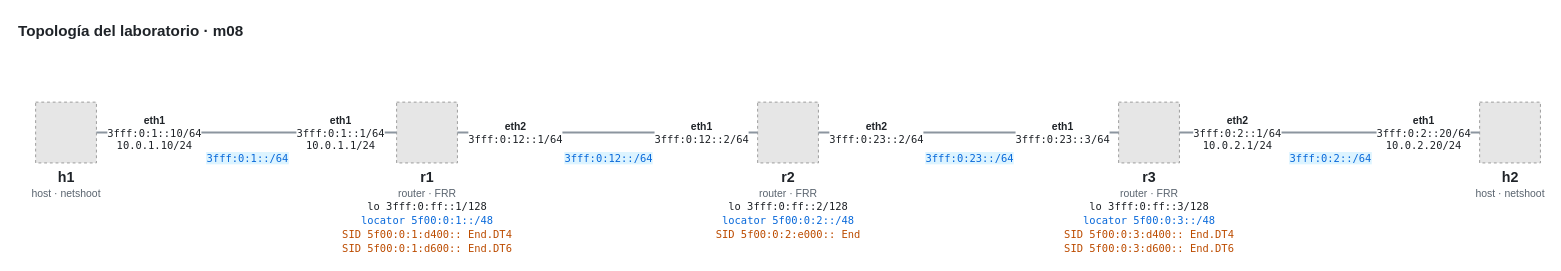
Earlier version of the draw.io diagram 08-network-programming/lab/topologia.drawio (vitokosk8/aprendiendo-srv6). Source tidied: cells renumbered, new cells numbered last; positions are measured from the earlier drawing's top-left corner, leaving out a move shared by most shapes. Both pictures are drawn from the tidied source at 95%, with x=0, y=0 at pixel (16, 16). Pictures stored in the file or linked from it are replaced by grey dashed boxes.
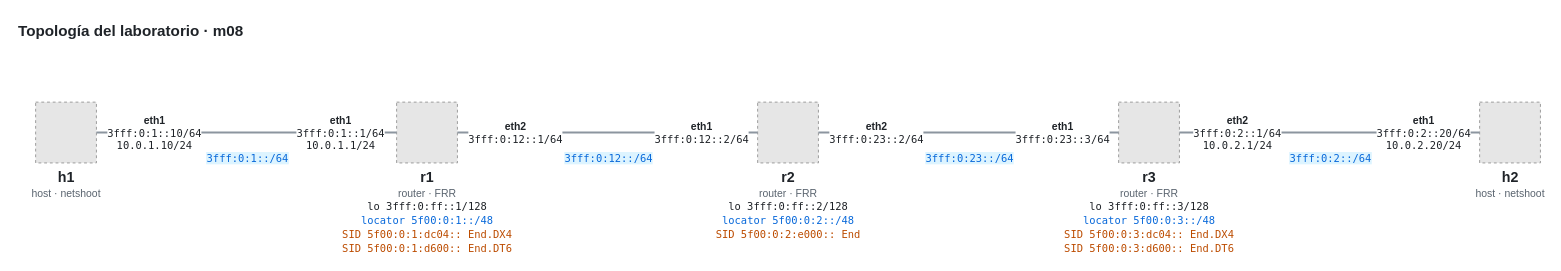
The same page after the edit.

What changed in the source:
```diff
@@
-    <mxCell id="4" value="&lt;b style=&quot;font-size:15px&quot;&gt;r1&lt;/b&gt;&lt;br&gt;&lt;span style=&quot;color:#59636e;font-size:11px&quot;&gt;router · FRR&lt;/span&gt;&lt;br&gt;&lt;span style=&quot;font-family:Menlo,Consolas,monospace;font-size:11px&quot;&gt;lo 3fff:0:ff::1/128&lt;/span&gt;&lt;br&gt;&lt;span style=&quot;font-family:Menlo,Consolas,monospace;font-size:11px;color:#0969da&quot;&gt;locator 5f00:0:1::/48&lt;/span&gt;&lt;br&gt;&lt;span style=&quot;font-family:Menlo,Consolas,monospace;font-size:11px;color:#bc4c00&quot;&gt;SID 5f00:0:1:d400:: End.DT4&lt;/span&gt;&lt;br&gt;&lt;span style=&quot;font-family:Menlo,Consolas,monospace;font-size:11px;color:#bc4c00&quot;&gt;SID 5f00:0:1:d600:: End.DT6&lt;/span&gt;" style="fillColor=#E6E6E6;strokeColor=#999999;dashed=1;html=1;verticalLabelPosition=bottom;verticalAlign=top;labelBackgroundColor=none;fontFamily=Helvetica;fontColor=#1f2328;" parent="1" vertex="1">
+    <mxCell id="4" value="&lt;b style=&quot;font-size:15px&quot;&gt;r1&lt;/b&gt;&lt;br&gt;&lt;span style=&quot;color:#59636e;font-size:11px&quot;&gt;router · FRR&lt;/span&gt;&lt;br&gt;&lt;span style=&quot;font-family:Menlo,Consolas,monospace;font-size:11px&quot;&gt;lo 3fff:0:ff::1/128&lt;/span&gt;&lt;br&gt;&lt;span style=&quot;font-family:Menlo,Consolas,monospace;font-size:11px;color:#0969da&quot;&gt;locator 5f00:0:1::/48&lt;/span&gt;&lt;br&gt;&lt;span style=&quot;font-family:Menlo,Consolas,monospace;font-size:11px;color:#bc4c00&quot;&gt;SID 5f00:0:1:dc04:: End.DX4&lt;/span&gt;&lt;br&gt;&lt;span style=&quot;font-family:Menlo,Consolas,monospace;font-size:11px;color:#bc4c00&quot;&gt;SID 5f00:0:1:d600:: End.DT6&lt;/span&gt;" style="fillColor=#E6E6E6;strokeColor=#999999;dashed=1;html=1;verticalLabelPosition=bottom;verticalAlign=top;labelBackgroundColor=none;fontFamily=Helvetica;fontColor=#1f2328;" parent="1" vertex="1">
       <mxGeometry x="400" y="90" width="64" height="64" as="geometry" />
     </mxCell>
@@
-    <mxCell id="6" value="&lt;b style=&quot;font-size:15px&quot;&gt;r3&lt;/b&gt;&lt;br&gt;&lt;span style=&quot;color:#59636e;font-size:11px&quot;&gt;router · FRR&lt;/span&gt;&lt;br&gt;&lt;span style=&quot;font-family:Menlo,Consolas,monospace;font-size:11px&quot;&gt;lo 3fff:0:ff::3/128&lt;/span&gt;&lt;br&gt;&lt;span style=&quot;font-family:Menlo,Consolas,monospace;font-size:11px;color:#0969da&quot;&gt;locator 5f00:0:3::/48&lt;/span&gt;&lt;br&gt;&lt;span style=&quot;font-family:Menlo,Consolas,monospace;font-size:11px;color:#bc4c00&quot;&gt;SID 5f00:0:3:d400:: End.DT4&lt;/span&gt;&lt;br&gt;&lt;span style=&quot;font-family:Menlo,Consolas,monospace;font-size:11px;color:#bc4c00&quot;&gt;SID 5f00:0:3:d600:: End.DT6&lt;/span&gt;" style="fillColor=#E6E6E6;strokeColor=#999999;dashed=1;html=1;verticalLabelPosition=bottom;verticalAlign=top;labelBackgroundColor=none;fontFamily=Helvetica;fontColor=#1f2328;" parent="1" vertex="1">
+    <mxCell id="6" value="&lt;b style=&quot;font-size:15px&quot;&gt;r3&lt;/b&gt;&lt;br&gt;&lt;span style=&quot;color:#59636e;font-size:11px&quot;&gt;router · FRR&lt;/span&gt;&lt;br&gt;&lt;span style=&quot;font-family:Menlo,Consolas,monospace;font-size:11px&quot;&gt;lo 3fff:0:ff::3/128&lt;/span&gt;&lt;br&gt;&lt;span style=&quot;font-family:Menlo,Consolas,monospace;font-size:11px;color:#0969da&quot;&gt;locator 5f00:0:3::/48&lt;/span&gt;&lt;br&gt;&lt;span style=&quot;font-family:Menlo,Consolas,monospace;font-size:11px;color:#bc4c00&quot;&gt;SID 5f00:0:3:dc04:: End.DX4&lt;/span&gt;&lt;br&gt;&lt;span style=&quot;font-family:Menlo,Consolas,monospace;font-size:11px;color:#bc4c00&quot;&gt;SID 5f00:0:3:d600:: End.DT6&lt;/span&gt;" style="fillColor=#E6E6E6;strokeColor=#999999;dashed=1;html=1;verticalLabelPosition=bottom;verticalAlign=top;labelBackgroundColor=none;fontFamily=Helvetica;fontColor=#1f2328;" parent="1" vertex="1">
       <mxGeometry x="1160" y="90" width="64" height="64" as="geometry" />
     </mxCell>
```
